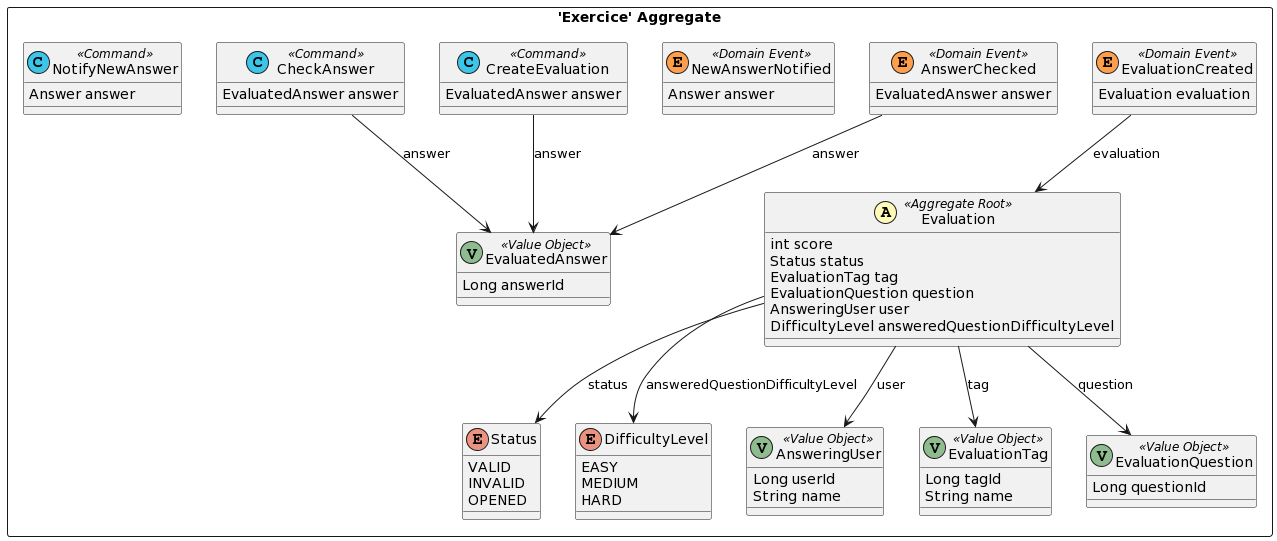
Earlier version of the PlantUML export doc/dist/src-gen/gamedev_BC_EvaluationContext_Exercice.png (esgi-lyon/question-ddd).
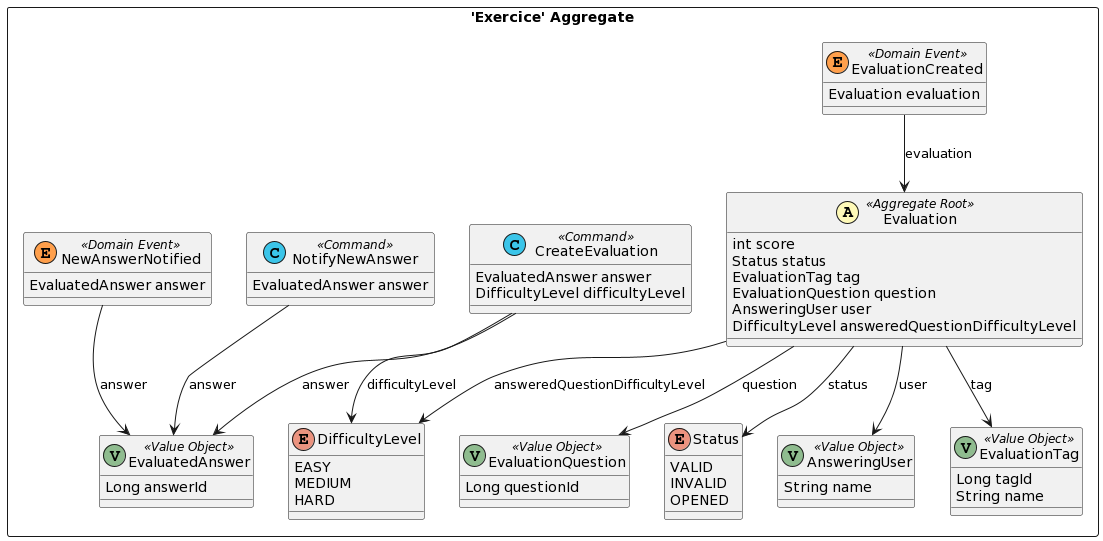
The same diagram one commit later.

Diff of the diagram source:
```diff
@@ -21,7 +21,6 @@
 		HARD
 	}
 	class AnsweringUser <<(V,DarkSeaGreen) Value Object>> {
-		Long userId
 		String name
 	}
 	class EvaluationTag <<(V,DarkSeaGreen) Value Object>> {
@@ -34,32 +33,28 @@
 	class EvaluatedAnswer <<(V,DarkSeaGreen) Value Object>> {
 		Long answerId
 	}
-	class AnswerChecked <<(E,#ff9f4b) Domain Event>> {
-		EvaluatedAnswer answer
-	}
 	class EvaluationCreated <<(E,#ff9f4b) Domain Event>> {
 		Evaluation evaluation
 	}
 	class NewAnswerNotified <<(E,#ff9f4b) Domain Event>> {
-		Answer answer
-	}
-	class CheckAnswer <<(C,#3bc5e9) Command>> {
 		EvaluatedAnswer answer
 	}
 	class CreateEvaluation <<(C,#3bc5e9) Command>> {
 		EvaluatedAnswer answer
+		DifficultyLevel difficultyLevel
 	}
 	class NotifyNewAnswer <<(C,#3bc5e9) Command>> {
-		Answer answer
+		EvaluatedAnswer answer
 	}
 }
 CreateEvaluation --> EvaluatedAnswer : answer
 Evaluation --> Status : status
-CheckAnswer --> EvaluatedAnswer : answer
 Evaluation --> EvaluationTag : tag
+NewAnswerNotified --> EvaluatedAnswer : answer
+CreateEvaluation --> DifficultyLevel : difficultyLevel
 Evaluation --> DifficultyLevel : answeredQuestionDifficultyLevel
 Evaluation --> AnsweringUser : user
 Evaluation --> EvaluationQuestion : question
-AnswerChecked --> EvaluatedAnswer : answer
+NotifyNewAnswer --> EvaluatedAnswer : answer
 EvaluationCreated --> Evaluation : evaluation
 @enduml
```
